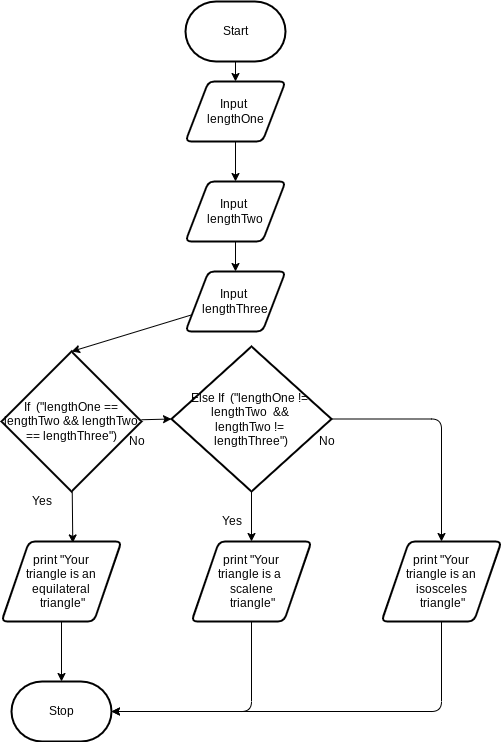
Before: design/flowchart.png, a diagram exported from draw.io (marshall-demars/ICS20-Unit5-05-JS). Source tidied: cells renumbered, new cells last; positions are measured from the earlier drawing's top-left corner, leaving out a move shared by most shapes.
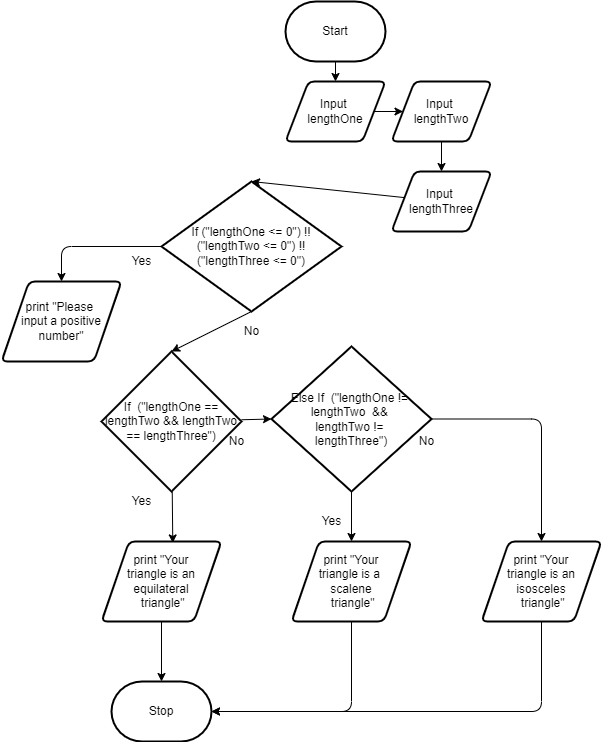
After the change.

Diff of the diagram source:
```diff
@@ -18,13 +18,13 @@
       <mxGeometry relative="1" as="geometry" />
     </mxCell>
     <mxCell id="7" value="Input &lt;br&gt;lengthTwo" style="shape=parallelogram;html=1;strokeWidth=2;perimeter=parallelogramPerimeter;whiteSpace=wrap;rounded=1;arcSize=12;size=0.23;" parent="1" vertex="1">
-      <mxGeometry x="184" y="180" width="100" height="60" as="geometry" />
+      <mxGeometry x="290" y="80" width="100" height="60" as="geometry" />
     </mxCell>
-    <mxCell id="8" style="edgeStyle=none;html=1;entryX=0.5;entryY=0;entryDx=0;entryDy=0;entryPerimeter=0;" parent="1" edge="1" source="9" target="12">
+    <mxCell id="8" style="edgeStyle=none;html=1;entryX=0.5;entryY=0;entryDx=0;entryDy=0;entryPerimeter=0;" parent="1" edge="1" source="9" target="29">
       <mxGeometry relative="1" as="geometry" />
     </mxCell>
     <mxCell id="9" value="Input &lt;br&gt;lengthThree" style="shape=parallelogram;html=1;strokeWidth=2;perimeter=parallelogramPerimeter;whiteSpace=wrap;rounded=1;arcSize=12;size=0.23;direction=east;" parent="1" vertex="1">
-      <mxGeometry x="184" y="270" width="100" height="60" as="geometry" />
+      <mxGeometry x="290" y="170" width="100" height="60" as="geometry" />
     </mxCell>
     <mxCell id="10" style="edgeStyle=none;html=1;entryX=0.594;entryY=0.018;entryDx=0;entryDy=0;entryPerimeter=0;" parent="1" edge="1" source="12" target="14">
       <mxGeometry relative="1" as="geometry" />
@@ -85,5 +85,23 @@
     <mxCell id="26" value="print &quot;Your&lt;br&gt;triangle is an isosceles&lt;br&gt;&amp;nbsp;triangle&quot;" style="shape=parallelogram;html=1;strokeWidth=2;perimeter=parallelogramPerimeter;whiteSpace=wrap;rounded=1;arcSize=12;size=0.23;" parent="1" vertex="1">
       <mxGeometry x="380" y="540" width="120" height="80" as="geometry" />
     </mxCell>
+    <mxCell id="27" style="edgeStyle=none;html=1;entryX=0.5;entryY=0;entryDx=0;entryDy=0;entryPerimeter=0;exitX=0.5;exitY=1;exitDx=0;exitDy=0;exitPerimeter=0;" parent="1" edge="1" source="29" target="12">
+      <mxGeometry relative="1" as="geometry" />
+    </mxCell>
+    <mxCell id="28" style="edgeStyle=orthogonalEdgeStyle;html=1;entryX=0.5;entryY=0;entryDx=0;entryDy=0;" parent="1" edge="1" source="29" target="32">
+      <mxGeometry relative="1" as="geometry" />
+    </mxCell>
+    <mxCell id="29" value="If (&quot;lengthOne &amp;lt;= 0&quot;) !! (&quot;lengthTwo &amp;lt;= 0&quot;) !! (&quot;lengthThree &amp;lt;= 0&quot;)" style="strokeWidth=2;html=1;shape=mxgraph.flowchart.decision;whiteSpace=wrap;" parent="1" vertex="1">
+      <mxGeometry x="60" y="180" width="180" height="130" as="geometry" />
+    </mxCell>
+    <mxCell id="30" value="No" style="text;html=1;align=center;verticalAlign=middle;strokeColor=none;fillColor=none;" parent="1" vertex="1">
+      <mxGeometry x="135" y="320" width="30" height="20" as="geometry" />
+    </mxCell>
+    <mxCell id="31" value="Yes" style="text;html=1;align=center;verticalAlign=middle;strokeColor=none;fillColor=none;" parent="1" vertex="1">
+      <mxGeometry x="20" y="250" width="40" height="20" as="geometry" />
+    </mxCell>
+    <mxCell id="32" value="print &quot;Please &lt;br&gt;input a positive number&quot;" style="shape=parallelogram;html=1;strokeWidth=2;perimeter=parallelogramPerimeter;whiteSpace=wrap;rounded=1;arcSize=12;size=0.23;" parent="1" vertex="1">
+      <mxGeometry x="-100" y="280" width="120" height="80" as="geometry" />
+    </mxCell>
   </root>
 </mxGraphModel>
```
